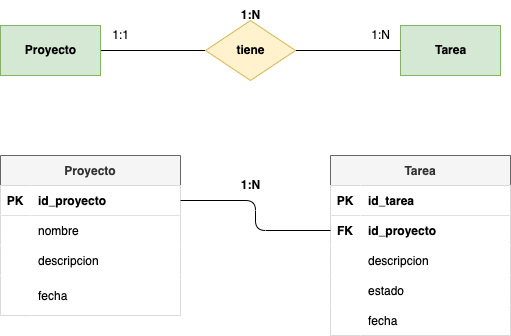
Earlier version of the draw.io export tareas/tarea-3/images/ejercicio4.drawio.png (deylansystem/actividadesBAE). Source tidied: cells renumbered, new cells last; positions are measured from the earlier drawing's top-left corner, leaving out a move shared by most shapes.
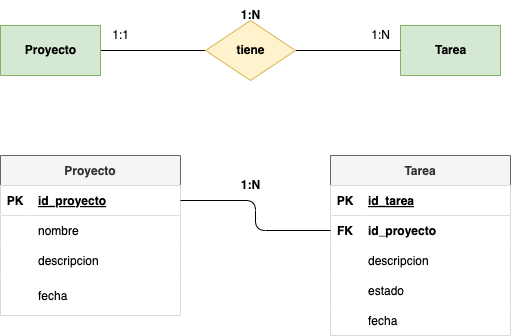
After the change.

What changed in the source:
```diff
@@ -35,7 +35,7 @@
     <mxCell id="12" value="PK" style="shape=partialRectangle;fillColor=#FFFFFF;top=0;left=0;bottom=0;right=0;fontStyle=1;overflow=hidden;fontColor=#000000;" parent="11" vertex="1">
       <mxGeometry width="30" height="30" as="geometry" />
     </mxCell>
-    <mxCell id="13" value="id_proyecto" style="shape=partialRectangle;fillColor=#FFFFFF;top=0;left=0;bottom=0;right=0;align=left;spacingLeft=6;fontStyle=1;overflow=hidden;fontColor=#000000;" parent="11" vertex="1">
+    <mxCell id="13" value="id_proyecto" style="shape=partialRectangle;fillColor=#FFFFFF;top=0;left=0;bottom=0;right=0;align=left;spacingLeft=6;fontStyle=5;overflow=hidden;fontColor=#000000;" parent="11" vertex="1">
       <mxGeometry x="30" width="150" height="30" as="geometry" />
     </mxCell>
     <mxCell id="14" style="shape=tableRow;horizontal=0;startSize=0;swimlaneHead=0;swimlaneBody=0;fillColor=#FFFFFF;top=0;left=0;right=0;bottom=0;fontColor=#000000;" parent="10" vertex="1">
@@ -74,7 +74,7 @@
     <mxCell id="25" value="PK" style="shape=partialRectangle;fillColor=#FFFFFF;top=0;left=0;bottom=0;right=0;fontStyle=1;overflow=hidden;fontColor=#000000;" parent="24" vertex="1">
       <mxGeometry width="30" height="30" as="geometry" />
     </mxCell>
-    <mxCell id="26" value="id_tarea" style="shape=partialRectangle;fillColor=#FFFFFF;top=0;left=0;bottom=0;right=0;align=left;spacingLeft=6;fontStyle=1;overflow=hidden;fontColor=#000000;" parent="24" vertex="1">
+    <mxCell id="26" value="id_tarea" style="shape=partialRectangle;fillColor=#FFFFFF;top=0;left=0;bottom=0;right=0;align=left;spacingLeft=6;fontStyle=5;overflow=hidden;fontColor=#000000;" parent="24" vertex="1">
       <mxGeometry x="30" width="150" height="30" as="geometry" />
     </mxCell>
     <mxCell id="27" style="shape=tableRow;horizontal=0;startSize=0;swimlaneHead=0;swimlaneBody=0;fillColor=#FFFFFF;points=[[0,0.5],[1,0.5]];portConstraint=eastwest;top=0;left=0;right=0;bottom=0;fontColor=#000000;" parent="23" vertex="1">
```
